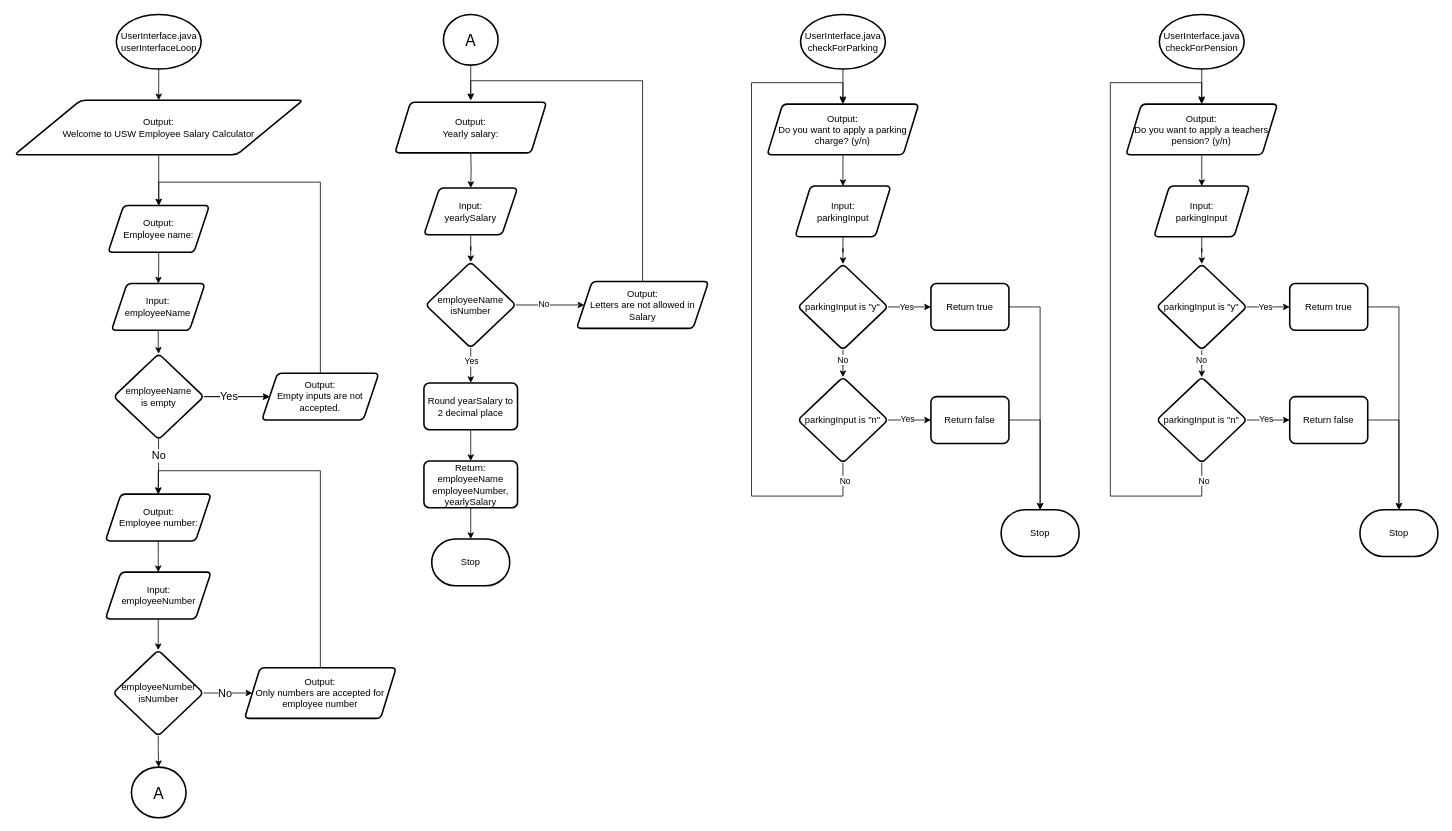
The draw.io diagram report/flowcharts/designs/userInterface-coursework-2.drawio in Sherman5A/usw-pop-coursework-1-task-2, before the edit. Source tidied: cells renumbered, new cells numbered last; positions are measured from the earlier drawing's top-left corner, leaving out a move shared by most shapes. Both pictures are drawn from the tidied source at 78%, with x=0, y=0 at pixel (14, 14).
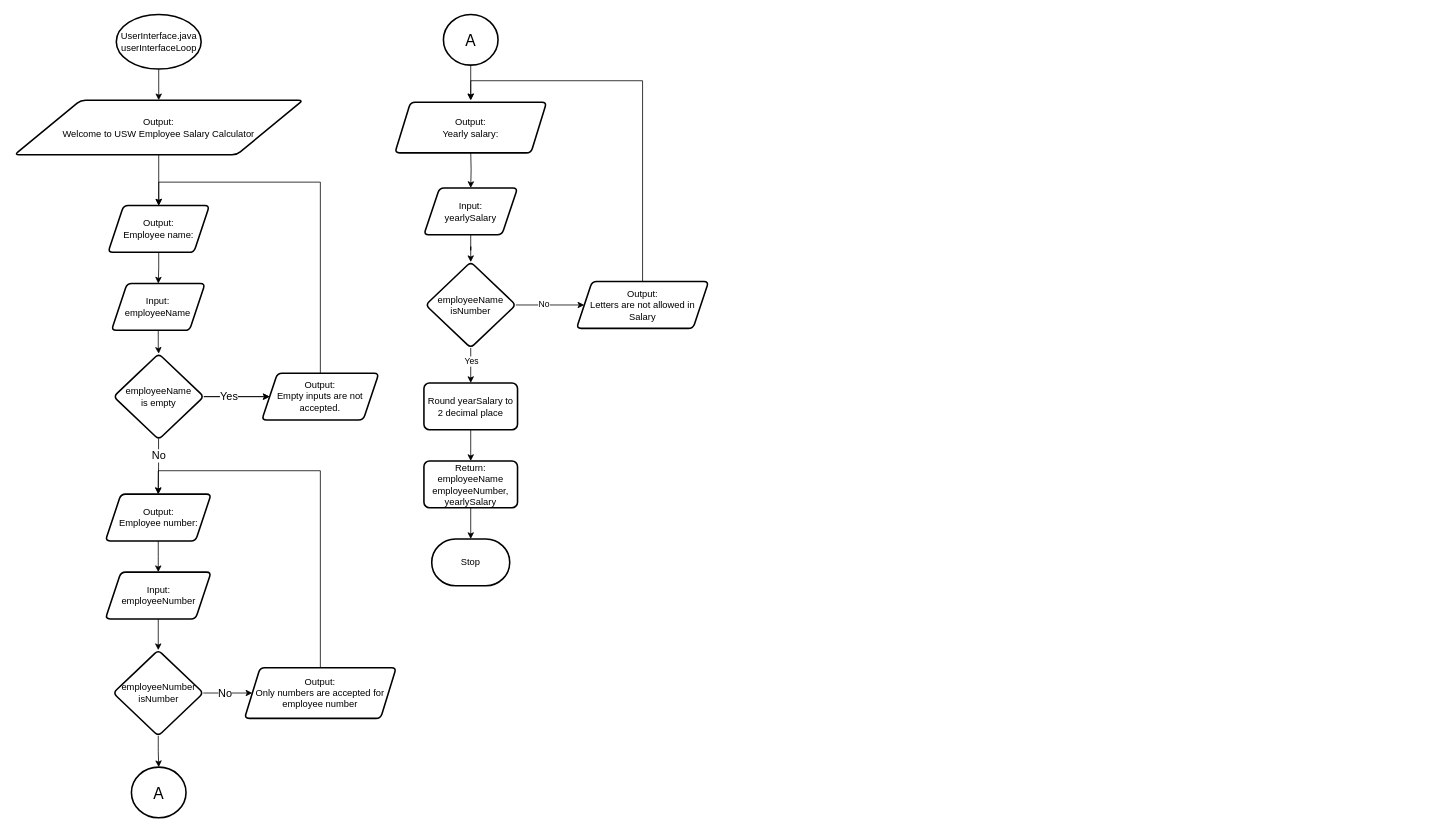
The same diagram, later.

Commit message (it also covers changes not shown here):
Split flowcharts

Diff of the diagram source:
```diff
@@
-    <mxCell id="4" style="edgeStyle=orthogonalEdgeStyle;rounded=0;jettySize=auto;html=1;" parent="1" edge="1" source="5">
-      <mxGeometry relative="1" as="geometry">
-        <mxPoint x="1061.8" y="113.5" as="targetPoint" />
-      </mxGeometry>
-    </mxCell>
-    <mxCell id="5" value="UserInterface.java&lt;br&gt;checkForParking" style="strokeWidth=2;html=1;shape=mxgraph.flowchart.start_1;whiteSpace=wrap;" parent="1" vertex="1">
-      <mxGeometry x="1007.8" width="108.8" height="70" as="geometry" />
-    </mxCell>
@@
-    <mxCell id="49" style="edgeStyle=orthogonalEdgeStyle;rounded=0;jettySize=auto;html=1;" parent="1" edge="1" source="50" target="52">
-      <mxGeometry relative="1" as="geometry" />
-    </mxCell>
-    <mxCell id="50" value="&lt;div&gt;Output:&lt;/div&gt;&lt;div&gt;Do you want to apply a parking charge? (y/n)&lt;br&gt;&lt;/div&gt;" style="shape=parallelogram;perimeter=parallelogramPerimeter;whiteSpace=wrap;html=1;fixedSize=1;strokeWidth=2;rounded=1;arcSize=12;" parent="1" vertex="1">
-      <mxGeometry x="965" y="115" width="194.4" height="65" as="geometry" />
-    </mxCell>
-    <mxCell id="51" style="edgeStyle=orthogonalEdgeStyle;rounded=0;jettySize=auto;html=1;" parent="1" edge="1" source="52" target="57">
-      <mxGeometry relative="1" as="geometry" />
-    </mxCell>
-    <mxCell id="52" value="Input:&lt;br&gt;parkingInput" style="shape=parallelogram;perimeter=parallelogramPerimeter;whiteSpace=wrap;html=1;fixedSize=1;strokeWidth=2;rounded=1;arcSize=12;" parent="1" vertex="1">
-      <mxGeometry x="1000.8" y="220" width="122.8" height="65" as="geometry" />
-    </mxCell>
-    <mxCell id="53" style="edgeStyle=orthogonalEdgeStyle;rounded=0;jettySize=auto;html=1;exitX=1;exitY=0.5;exitDx=0;exitDy=0;" parent="1" edge="1" source="57" target="58">
-      <mxGeometry relative="1" as="geometry" />
-    </mxCell>
-    <mxCell id="54" value="Yes" style="edgeLabel;html=1;align=center;verticalAlign=middle;" parent="53" vertex="1">
-      <mxGeometry x="-0.15" relative="1" as="geometry" />
-    </mxCell>
-    <mxCell id="55" style="edgeStyle=orthogonalEdgeStyle;rounded=0;jettySize=auto;html=1;" parent="1" edge="1" source="57" target="63">
-      <mxGeometry relative="1" as="geometry" />
-    </mxCell>
-    <mxCell id="56" value="No" style="edgeLabel;html=1;align=center;verticalAlign=middle;" parent="55" vertex="1">
-      <mxGeometry x="-0.48" y="-1" relative="1" as="geometry" />
-    </mxCell>
-    <mxCell id="57" value="parkingInput is &quot;y&quot;" style="rhombus;whiteSpace=wrap;html=1;strokeWidth=2;rounded=1;arcSize=12;" parent="1" vertex="1">
-      <mxGeometry x="1004.4" y="320" width="115.6" height="110" as="geometry" />
-    </mxCell>
-    <mxCell id="58" value="Return true" style="whiteSpace=wrap;html=1;strokeWidth=2;rounded=1;arcSize=12;" parent="1" vertex="1">
-      <mxGeometry x="1175" y="345" width="100" height="60" as="geometry" />
-    </mxCell>
-    <mxCell id="59" style="edgeStyle=orthogonalEdgeStyle;rounded=0;jettySize=auto;html=1;" parent="1" edge="1" source="63" target="64">
-      <mxGeometry relative="1" as="geometry" />
-    </mxCell>
-    <mxCell id="60" value="Yes" style="edgeLabel;html=1;align=center;verticalAlign=middle;" parent="59" vertex="1">
-      <mxGeometry x="-0.13" y="2" relative="1" as="geometry" />
-    </mxCell>
-    <mxCell id="61" style="edgeStyle=orthogonalEdgeStyle;rounded=0;jettySize=auto;html=1;entryX=0.5;entryY=0;entryDx=0;entryDy=0;exitX=0.5;exitY=1;exitDx=0;exitDy=0;" parent="1" edge="1" source="63" target="50">
-      <mxGeometry relative="1" as="geometry">
-        <Array as="points">
-          <mxPoint x="1062" y="617.5" />
-          <mxPoint x="945" y="617.5" />
-          <mxPoint x="945" y="87.5" />
-          <mxPoint x="1062" y="87.5" />
-        </Array>
-      </mxGeometry>
-    </mxCell>
-    <mxCell id="62" value="No" style="edgeLabel;html=1;align=center;verticalAlign=middle;" parent="61" vertex="1">
-      <mxGeometry x="-0.87" y="-1" relative="1" as="geometry">
-        <mxPoint x="14" y="-19" as="offset" />
-      </mxGeometry>
-    </mxCell>
-    <mxCell id="63" value="parkingInput is &quot;n&quot;" style="rhombus;whiteSpace=wrap;html=1;strokeWidth=2;rounded=1;arcSize=12;" parent="1" vertex="1">
-      <mxGeometry x="1004.4" y="465" width="115.6" height="110" as="geometry" />
-    </mxCell>
-    <mxCell id="64" value="Return false" style="whiteSpace=wrap;html=1;strokeWidth=2;rounded=1;arcSize=12;" parent="1" vertex="1">
-      <mxGeometry x="1175" y="490" width="100" height="60" as="geometry" />
-    </mxCell>
-    <mxCell id="65" value="Stop" style="strokeWidth=2;html=1;shape=mxgraph.flowchart.terminator;whiteSpace=wrap;" parent="1" vertex="1">
-      <mxGeometry x="1265" y="635" width="100" height="60" as="geometry" />
-    </mxCell>
-    <mxCell id="66" style="edgeStyle=orthogonalEdgeStyle;rounded=0;jettySize=auto;html=1;entryX=0.5;entryY=0;entryDx=0;entryDy=0;entryPerimeter=0;" parent="1" edge="1" source="64" target="65">
-      <mxGeometry relative="1" as="geometry">
-        <Array as="points">
-          <mxPoint x="1315" y="519.5" />
-        </Array>
-      </mxGeometry>
-    </mxCell>
-    <mxCell id="67" style="edgeStyle=orthogonalEdgeStyle;rounded=0;jettySize=auto;html=1;entryX=0.5;entryY=0;entryDx=0;entryDy=0;entryPerimeter=0;" parent="1" edge="1" source="58" target="65">
-      <mxGeometry relative="1" as="geometry">
-        <Array as="points">
-          <mxPoint x="1315" y="375.5" />
-          <mxPoint x="1315" y="635.5" />
-        </Array>
-      </mxGeometry>
-    </mxCell>
-    <mxCell id="68" style="edgeStyle=orthogonalEdgeStyle;rounded=0;jettySize=auto;html=1;" parent="1" edge="1" source="69">
-      <mxGeometry relative="1" as="geometry">
-        <mxPoint x="1521.8" y="113.5" as="targetPoint" />
-      </mxGeometry>
-    </mxCell>
-    <mxCell id="69" value="UserInterface.java&lt;br&gt;checkForPension" style="strokeWidth=2;html=1;shape=mxgraph.flowchart.start_1;whiteSpace=wrap;" parent="1" vertex="1">
-      <mxGeometry x="1467.8" width="108.8" height="70" as="geometry" />
-    </mxCell>
-    <mxCell id="70" style="edgeStyle=orthogonalEdgeStyle;rounded=0;jettySize=auto;html=1;" parent="1" edge="1" source="71" target="73">
-      <mxGeometry relative="1" as="geometry" />
-    </mxCell>
-    <mxCell id="71" value="&lt;div&gt;Output:&lt;/div&gt;&lt;div&gt;Do you want to apply a teachers pension? (y/n)&lt;br&gt;&lt;/div&gt;" style="shape=parallelogram;perimeter=parallelogramPerimeter;whiteSpace=wrap;html=1;fixedSize=1;strokeWidth=2;rounded=1;arcSize=12;" parent="1" vertex="1">
-      <mxGeometry x="1425" y="115" width="194.4" height="65" as="geometry" />
-    </mxCell>
-    <mxCell id="72" style="edgeStyle=orthogonalEdgeStyle;rounded=0;jettySize=auto;html=1;" parent="1" edge="1" source="73" target="78">
-      <mxGeometry relative="1" as="geometry" />
-    </mxCell>
-    <mxCell id="73" value="Input:&lt;br&gt;parkingInput" style="shape=parallelogram;perimeter=parallelogramPerimeter;whiteSpace=wrap;html=1;fixedSize=1;strokeWidth=2;rounded=1;arcSize=12;" parent="1" vertex="1">
-      <mxGeometry x="1460.8" y="220" width="122.8" height="65" as="geometry" />
-    </mxCell>
-    <mxCell id="74" style="edgeStyle=orthogonalEdgeStyle;rounded=0;jettySize=auto;html=1;exitX=1;exitY=0.5;exitDx=0;exitDy=0;" parent="1" edge="1" source="78" target="79">
-      <mxGeometry relative="1" as="geometry" />
-    </mxCell>
-    <mxCell id="75" value="Yes" style="edgeLabel;html=1;align=center;verticalAlign=middle;" parent="74" vertex="1">
-      <mxGeometry x="-0.15" relative="1" as="geometry" />
-    </mxCell>
-    <mxCell id="76" style="edgeStyle=orthogonalEdgeStyle;rounded=0;jettySize=auto;html=1;" parent="1" edge="1" source="78" target="84">
-      <mxGeometry relative="1" as="geometry" />
-    </mxCell>
-    <mxCell id="77" value="No" style="edgeLabel;html=1;align=center;verticalAlign=middle;" parent="76" vertex="1">
-      <mxGeometry x="-0.48" y="-1" relative="1" as="geometry" />
-    </mxCell>
-    <mxCell id="78" value="parkingInput is &quot;y&quot;" style="rhombus;whiteSpace=wrap;html=1;strokeWidth=2;rounded=1;arcSize=12;" parent="1" vertex="1">
-      <mxGeometry x="1464.4" y="320" width="115.6" height="110" as="geometry" />
-    </mxCell>
-    <mxCell id="79" value="Return true" style="whiteSpace=wrap;html=1;strokeWidth=2;rounded=1;arcSize=12;" parent="1" vertex="1">
-      <mxGeometry x="1635" y="345" width="100" height="60" as="geometry" />
-    </mxCell>
-    <mxCell id="80" style="edgeStyle=orthogonalEdgeStyle;rounded=0;jettySize=auto;html=1;" parent="1" edge="1" source="84" target="85">
-      <mxGeometry relative="1" as="geometry" />
-    </mxCell>
-    <mxCell id="81" value="Yes" style="edgeLabel;html=1;align=center;verticalAlign=middle;" parent="80" vertex="1">
-      <mxGeometry x="-0.13" y="2" relative="1" as="geometry" />
-    </mxCell>
-    <mxCell id="82" style="edgeStyle=orthogonalEdgeStyle;rounded=0;jettySize=auto;html=1;entryX=0.5;entryY=0;entryDx=0;entryDy=0;exitX=0.5;exitY=1;exitDx=0;exitDy=0;" parent="1" edge="1" source="84" target="71">
-      <mxGeometry relative="1" as="geometry">
-        <Array as="points">
-          <mxPoint x="1522" y="617.5" />
-          <mxPoint x="1405" y="617.5" />
-          <mxPoint x="1405" y="87.5" />
-          <mxPoint x="1522" y="87.5" />
-        </Array>
-      </mxGeometry>
-    </mxCell>
-    <mxCell id="83" value="No" style="edgeLabel;html=1;align=center;verticalAlign=middle;" parent="82" vertex="1">
-      <mxGeometry x="-0.87" y="-1" relative="1" as="geometry">
-        <mxPoint x="14" y="-19" as="offset" />
-      </mxGeometry>
-    </mxCell>
-    <mxCell id="84" value="parkingInput is &quot;n&quot;" style="rhombus;whiteSpace=wrap;html=1;strokeWidth=2;rounded=1;arcSize=12;" parent="1" vertex="1">
-      <mxGeometry x="1464.4" y="465" width="115.6" height="110" as="geometry" />
-    </mxCell>
-    <mxCell id="85" value="Return false" style="whiteSpace=wrap;html=1;strokeWidth=2;rounded=1;arcSize=12;" parent="1" vertex="1">
-      <mxGeometry x="1635" y="490" width="100" height="60" as="geometry" />
-    </mxCell>
-    <mxCell id="86" value="Stop" style="strokeWidth=2;html=1;shape=mxgraph.flowchart.terminator;whiteSpace=wrap;" parent="1" vertex="1">
-      <mxGeometry x="1725" y="635" width="100" height="60" as="geometry" />
-    </mxCell>
-    <mxCell id="87" style="edgeStyle=orthogonalEdgeStyle;rounded=0;jettySize=auto;html=1;entryX=0.5;entryY=0;entryDx=0;entryDy=0;entryPerimeter=0;" parent="1" edge="1" source="85" target="86">
-      <mxGeometry relative="1" as="geometry">
-        <Array as="points">
-          <mxPoint x="1775" y="519.5" />
-        </Array>
-      </mxGeometry>
-    </mxCell>
-    <mxCell id="88" style="edgeStyle=orthogonalEdgeStyle;rounded=0;jettySize=auto;html=1;entryX=0.5;entryY=0;entryDx=0;entryDy=0;entryPerimeter=0;" parent="1" edge="1" source="79" target="86">
-      <mxGeometry relative="1" as="geometry">
-        <Array as="points">
-          <mxPoint x="1775" y="375.5" />
-          <mxPoint x="1775" y="635.5" />
-        </Array>
-      </mxGeometry>
-    </mxCell>
```
